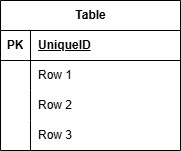
tomoysd/first-test1 keeps this draw.io diagram as src/test.png. Above is the earlier version. Source tidied: cells renumbered, new cells last; positions are measured from the earlier drawing's top-left corner, leaving out a move shared by most shapes.
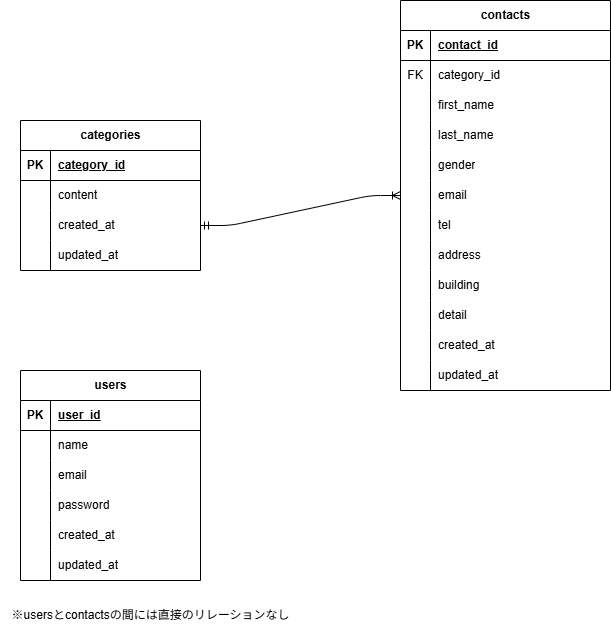
Later version of the same file.

Change to the diagram source:
```diff
@@ -2,44 +2,218 @@
   <root>
     <mxCell id="0" />
     <mxCell id="1" parent="0" />
-    <mxCell id="2" value="Table" style="shape=table;startSize=30;rowLines=0;fontStyle=1;align=center;html=1;" parent="1" vertex="1">
-      <mxGeometry width="180" height="150" as="geometry" />
+    <mxCell id="2" value="contacts" style="shape=table;startSize=30;rowLines=0;fontStyle=1;align=center;html=1;" parent="1" vertex="1">
+      <mxGeometry width="210" height="390" as="geometry" />
     </mxCell>
     <mxCell id="3" style="shape=tableRow;horizontal=0;startSize=0;swimlaneHead=0;swimlaneBody=0;fillColor=none;top=0;left=0;right=0;bottom=1;" parent="2" vertex="1">
-      <mxGeometry y="30" width="180" height="30" as="geometry" />
+      <mxGeometry y="30" width="210" height="30" as="geometry" />
     </mxCell>
     <mxCell id="4" value="PK" style="shape=partialRectangle;fillColor=none;top=0;left=0;bottom=0;right=0;fontStyle=1;overflow=hidden;whiteSpace=wrap;html=1;" parent="3" vertex="1">
       <mxGeometry width="30" height="30" as="geometry" />
     </mxCell>
-    <mxCell id="5" value="UniqueID" style="shape=partialRectangle;fillColor=none;top=0;left=0;bottom=0;right=0;align=left;spacingLeft=6;fontStyle=5;overflow=hidden;whiteSpace=wrap;html=1;" parent="3" vertex="1">
-      <mxGeometry x="30" width="150" height="30" as="geometry" />
+    <mxCell id="5" value="contact_id" style="shape=partialRectangle;fillColor=none;top=0;left=0;bottom=0;right=0;align=left;spacingLeft=6;fontStyle=5;overflow=hidden;whiteSpace=wrap;html=1;" parent="3" vertex="1">
+      <mxGeometry x="30" width="180" height="30" as="geometry" />
     </mxCell>
     <mxCell id="6" style="shape=tableRow;horizontal=0;startSize=0;swimlaneHead=0;swimlaneBody=0;fillColor=none;top=0;left=0;right=0;bottom=0;" parent="2" vertex="1">
-      <mxGeometry y="60" width="180" height="30" as="geometry" />
+      <mxGeometry y="60" width="210" height="30" as="geometry" />
     </mxCell>
-    <mxCell id="7" style="shape=partialRectangle;fillColor=none;top=0;left=0;bottom=0;right=0;overflow=hidden;whiteSpace=wrap;html=1;" parent="6" vertex="1">
+    <mxCell id="7" value="FK" style="shape=partialRectangle;fillColor=none;top=0;left=0;bottom=0;right=0;overflow=hidden;whiteSpace=wrap;html=1;" parent="6" vertex="1">
       <mxGeometry width="30" height="30" as="geometry" />
     </mxCell>
-    <mxCell id="8" value="Row 1" style="shape=partialRectangle;fillColor=none;top=0;left=0;bottom=0;right=0;align=left;spacingLeft=6;overflow=hidden;whiteSpace=wrap;html=1;" parent="6" vertex="1">
-      <mxGeometry x="30" width="150" height="30" as="geometry" />
+    <mxCell id="8" value="category_id" style="shape=partialRectangle;fillColor=none;top=0;left=0;bottom=0;right=0;align=left;spacingLeft=6;overflow=hidden;whiteSpace=wrap;html=1;" parent="6" vertex="1">
+      <mxGeometry x="30" width="180" height="30" as="geometry" />
     </mxCell>
     <mxCell id="9" style="shape=tableRow;horizontal=0;startSize=0;swimlaneHead=0;swimlaneBody=0;fillColor=none;top=0;left=0;right=0;bottom=0;" parent="2" vertex="1">
-      <mxGeometry y="90" width="180" height="30" as="geometry" />
+      <mxGeometry y="90" width="210" height="30" as="geometry" />
     </mxCell>
     <mxCell id="10" style="shape=partialRectangle;fillColor=none;top=0;left=0;bottom=0;right=0;overflow=hidden;whiteSpace=wrap;html=1;" parent="9" vertex="1">
       <mxGeometry width="30" height="30" as="geometry" />
     </mxCell>
-    <mxCell id="11" value="Row 2" style="shape=partialRectangle;fillColor=none;top=0;left=0;bottom=0;right=0;align=left;spacingLeft=6;overflow=hidden;whiteSpace=wrap;html=1;" parent="9" vertex="1">
-      <mxGeometry x="30" width="150" height="30" as="geometry" />
+    <mxCell id="11" value="first_name" style="shape=partialRectangle;fillColor=none;top=0;left=0;bottom=0;right=0;align=left;spacingLeft=6;overflow=hidden;whiteSpace=wrap;html=1;" parent="9" vertex="1">
+      <mxGeometry x="30" width="180" height="30" as="geometry" />
     </mxCell>
     <mxCell id="12" style="shape=tableRow;horizontal=0;startSize=0;swimlaneHead=0;swimlaneBody=0;fillColor=none;top=0;left=0;right=0;bottom=0;" parent="2" vertex="1">
-      <mxGeometry y="120" width="180" height="30" as="geometry" />
+      <mxGeometry y="120" width="210" height="30" as="geometry" />
     </mxCell>
     <mxCell id="13" style="shape=partialRectangle;fillColor=none;top=0;left=0;bottom=0;right=0;overflow=hidden;whiteSpace=wrap;html=1;" parent="12" vertex="1">
       <mxGeometry width="30" height="30" as="geometry" />
     </mxCell>
-    <mxCell id="14" value="Row 3" style="shape=partialRectangle;fillColor=none;top=0;left=0;bottom=0;right=0;align=left;spacingLeft=6;overflow=hidden;whiteSpace=wrap;html=1;" parent="12" vertex="1">
-      <mxGeometry x="30" width="150" height="30" as="geometry" />
+    <mxCell id="14" value="last_name" style="shape=partialRectangle;fillColor=none;top=0;left=0;bottom=0;right=0;align=left;spacingLeft=6;overflow=hidden;whiteSpace=wrap;html=1;" parent="12" vertex="1">
+      <mxGeometry x="30" width="180" height="30" as="geometry" />
     </mxCell>
+    <mxCell id="15" style="shape=tableRow;horizontal=0;startSize=0;swimlaneHead=0;swimlaneBody=0;fillColor=none;top=0;left=0;right=0;bottom=0;" parent="2" vertex="1">
+      <mxGeometry y="150" width="210" height="30" as="geometry" />
+    </mxCell>
+    <mxCell id="16" style="shape=partialRectangle;fillColor=none;top=0;left=0;bottom=0;right=0;overflow=hidden;whiteSpace=wrap;html=1;" parent="15" vertex="1">
+      <mxGeometry width="30" height="30" as="geometry" />
+    </mxCell>
+    <mxCell id="17" value="gender" style="shape=partialRectangle;fillColor=none;top=0;left=0;bottom=0;right=0;align=left;spacingLeft=6;overflow=hidden;whiteSpace=wrap;html=1;" parent="15" vertex="1">
+      <mxGeometry x="30" width="180" height="30" as="geometry" />
+    </mxCell>
+    <mxCell id="18" style="shape=tableRow;horizontal=0;startSize=0;swimlaneHead=0;swimlaneBody=0;fillColor=none;points=[[0,0.5],[1,0.5]];portConstraint=eastwest;top=0;left=0;right=0;bottom=0;" parent="2" vertex="1">
+      <mxGeometry y="180" width="210" height="30" as="geometry" />
+    </mxCell>
+    <mxCell id="19" style="shape=partialRectangle;fillColor=none;top=0;left=0;bottom=0;right=0;overflow=hidden;whiteSpace=wrap;html=1;" parent="18" vertex="1">
+      <mxGeometry width="30" height="30" as="geometry" />
+    </mxCell>
+    <mxCell id="20" value="email" style="shape=partialRectangle;fillColor=none;top=0;left=0;bottom=0;right=0;align=left;spacingLeft=6;overflow=hidden;whiteSpace=wrap;html=1;" parent="18" vertex="1">
+      <mxGeometry x="30" width="180" height="30" as="geometry" />
+    </mxCell>
+    <mxCell id="21" style="shape=tableRow;horizontal=0;startSize=0;swimlaneHead=0;swimlaneBody=0;fillColor=none;top=0;left=0;right=0;bottom=0;" parent="2" vertex="1">
+      <mxGeometry y="210" width="210" height="30" as="geometry" />
+    </mxCell>
+    <mxCell id="22" style="shape=partialRectangle;fillColor=none;top=0;left=0;bottom=0;right=0;overflow=hidden;whiteSpace=wrap;html=1;" parent="21" vertex="1">
+      <mxGeometry width="30" height="30" as="geometry" />
+    </mxCell>
+    <mxCell id="23" value="tel" style="shape=partialRectangle;fillColor=none;top=0;left=0;bottom=0;right=0;align=left;spacingLeft=6;overflow=hidden;whiteSpace=wrap;html=1;" parent="21" vertex="1">
+      <mxGeometry x="30" width="180" height="30" as="geometry" />
+    </mxCell>
+    <mxCell id="24" style="shape=tableRow;horizontal=0;startSize=0;swimlaneHead=0;swimlaneBody=0;fillColor=none;top=0;left=0;right=0;bottom=0;" parent="2" vertex="1">
+      <mxGeometry y="240" width="210" height="30" as="geometry" />
+    </mxCell>
+    <mxCell id="25" style="shape=partialRectangle;fillColor=none;top=0;left=0;bottom=0;right=0;overflow=hidden;whiteSpace=wrap;html=1;" parent="24" vertex="1">
+      <mxGeometry width="30" height="30" as="geometry" />
+    </mxCell>
+    <mxCell id="26" value="address" style="shape=partialRectangle;fillColor=none;top=0;left=0;bottom=0;right=0;align=left;spacingLeft=6;overflow=hidden;whiteSpace=wrap;html=1;" parent="24" vertex="1">
+      <mxGeometry x="30" width="180" height="30" as="geometry" />
+    </mxCell>
+    <mxCell id="27" style="shape=tableRow;horizontal=0;startSize=0;swimlaneHead=0;swimlaneBody=0;fillColor=none;top=0;left=0;right=0;bottom=0;" parent="2" vertex="1">
+      <mxGeometry y="270" width="210" height="30" as="geometry" />
+    </mxCell>
+    <mxCell id="28" style="shape=partialRectangle;fillColor=none;top=0;left=0;bottom=0;right=0;overflow=hidden;whiteSpace=wrap;html=1;" parent="27" vertex="1">
+      <mxGeometry width="30" height="30" as="geometry" />
+    </mxCell>
+    <mxCell id="29" value="building" style="shape=partialRectangle;fillColor=none;top=0;left=0;bottom=0;right=0;align=left;spacingLeft=6;overflow=hidden;whiteSpace=wrap;html=1;" parent="27" vertex="1">
+      <mxGeometry x="30" width="180" height="30" as="geometry" />
+    </mxCell>
+    <mxCell id="30" style="shape=tableRow;horizontal=0;startSize=0;swimlaneHead=0;swimlaneBody=0;fillColor=none;top=0;left=0;right=0;bottom=0;" parent="2" vertex="1">
+      <mxGeometry y="300" width="210" height="30" as="geometry" />
+    </mxCell>
+    <mxCell id="31" style="shape=partialRectangle;fillColor=none;top=0;left=0;bottom=0;right=0;overflow=hidden;whiteSpace=wrap;html=1;" parent="30" vertex="1">
+      <mxGeometry width="30" height="30" as="geometry" />
+    </mxCell>
+    <mxCell id="32" value="detail" style="shape=partialRectangle;fillColor=none;top=0;left=0;bottom=0;right=0;align=left;spacingLeft=6;overflow=hidden;whiteSpace=wrap;html=1;" parent="30" vertex="1">
+      <mxGeometry x="30" width="180" height="30" as="geometry" />
+    </mxCell>
+    <mxCell id="33" style="shape=tableRow;horizontal=0;startSize=0;swimlaneHead=0;swimlaneBody=0;fillColor=none;top=0;left=0;right=0;bottom=0;" parent="2" vertex="1">
+      <mxGeometry y="330" width="210" height="30" as="geometry" />
+    </mxCell>
+    <mxCell id="34" style="shape=partialRectangle;fillColor=none;top=0;left=0;bottom=0;right=0;overflow=hidden;whiteSpace=wrap;html=1;" parent="33" vertex="1">
+      <mxGeometry width="30" height="30" as="geometry" />
+    </mxCell>
+    <mxCell id="35" value="created_at" style="shape=partialRectangle;fillColor=none;top=0;left=0;bottom=0;right=0;align=left;spacingLeft=6;overflow=hidden;whiteSpace=wrap;html=1;" parent="33" vertex="1">
+      <mxGeometry x="30" width="180" height="30" as="geometry" />
+    </mxCell>
+    <mxCell id="36" style="shape=tableRow;horizontal=0;startSize=0;swimlaneHead=0;swimlaneBody=0;fillColor=none;top=0;left=0;right=0;bottom=0;" parent="2" vertex="1">
+      <mxGeometry y="360" width="210" height="30" as="geometry" />
+    </mxCell>
+    <mxCell id="37" style="shape=partialRectangle;fillColor=none;top=0;left=0;bottom=0;right=0;overflow=hidden;whiteSpace=wrap;html=1;" parent="36" vertex="1">
+      <mxGeometry width="30" height="30" as="geometry" />
+    </mxCell>
+    <mxCell id="38" value="updated_at" style="shape=partialRectangle;fillColor=none;top=0;left=0;bottom=0;right=0;align=left;spacingLeft=6;overflow=hidden;whiteSpace=wrap;html=1;" parent="36" vertex="1">
+      <mxGeometry x="30" width="180" height="30" as="geometry" />
+    </mxCell>
+    <mxCell id="39" value="&lt;span class=&quot;notion-enable-hover&quot;&gt;categories&lt;/span&gt;" style="shape=table;startSize=30;rowLines=0;fontStyle=1;align=center;html=1;" parent="1" vertex="1">
+      <mxGeometry x="-380" y="120" width="180" height="150" as="geometry" />
+    </mxCell>
+    <mxCell id="40" style="shape=tableRow;horizontal=0;startSize=0;swimlaneHead=0;swimlaneBody=0;fillColor=none;top=0;left=0;right=0;bottom=1;" parent="39" vertex="1">
+      <mxGeometry y="30" width="180" height="30" as="geometry" />
+    </mxCell>
+    <mxCell id="41" value="PK" style="shape=partialRectangle;fillColor=none;top=0;left=0;bottom=0;right=0;fontStyle=1;overflow=hidden;whiteSpace=wrap;html=1;" parent="40" vertex="1">
+      <mxGeometry width="30" height="30" as="geometry" />
+    </mxCell>
+    <mxCell id="42" value="category_id" style="shape=partialRectangle;fillColor=none;top=0;left=0;bottom=0;right=0;align=left;spacingLeft=6;fontStyle=5;overflow=hidden;whiteSpace=wrap;html=1;" parent="40" vertex="1">
+      <mxGeometry x="30" width="150" height="30" as="geometry" />
+    </mxCell>
+    <mxCell id="43" style="shape=tableRow;horizontal=0;startSize=0;swimlaneHead=0;swimlaneBody=0;fillColor=none;top=0;left=0;right=0;bottom=0;" parent="39" vertex="1">
+      <mxGeometry y="60" width="180" height="30" as="geometry" />
+    </mxCell>
+    <mxCell id="44" style="shape=partialRectangle;fillColor=none;top=0;left=0;bottom=0;right=0;overflow=hidden;whiteSpace=wrap;html=1;" parent="43" vertex="1">
+      <mxGeometry width="30" height="30" as="geometry" />
+    </mxCell>
+    <mxCell id="45" value="content" style="shape=partialRectangle;fillColor=none;top=0;left=0;bottom=0;right=0;align=left;spacingLeft=6;overflow=hidden;whiteSpace=wrap;html=1;" parent="43" vertex="1">
+      <mxGeometry x="30" width="150" height="30" as="geometry" />
+    </mxCell>
+    <mxCell id="46" style="shape=tableRow;horizontal=0;startSize=0;swimlaneHead=0;swimlaneBody=0;fillColor=none;points=[[0,0.5],[1,0.5]];portConstraint=eastwest;top=0;left=0;right=0;bottom=0;" parent="39" vertex="1">
+      <mxGeometry y="90" width="180" height="30" as="geometry" />
+    </mxCell>
+    <mxCell id="47" style="shape=partialRectangle;fillColor=none;top=0;left=0;bottom=0;right=0;overflow=hidden;whiteSpace=wrap;html=1;" parent="46" vertex="1">
+      <mxGeometry width="30" height="30" as="geometry" />
+    </mxCell>
+    <mxCell id="48" value="created_at" style="shape=partialRectangle;fillColor=none;top=0;left=0;bottom=0;right=0;align=left;spacingLeft=6;overflow=hidden;whiteSpace=wrap;html=1;" parent="46" vertex="1">
+      <mxGeometry x="30" width="150" height="30" as="geometry" />
+    </mxCell>
+    <mxCell id="49" style="shape=tableRow;horizontal=0;startSize=0;swimlaneHead=0;swimlaneBody=0;fillColor=none;top=0;left=0;right=0;bottom=0;" parent="39" vertex="1">
+      <mxGeometry y="120" width="180" height="30" as="geometry" />
+    </mxCell>
+    <mxCell id="50" style="shape=partialRectangle;fillColor=none;top=0;left=0;bottom=0;right=0;overflow=hidden;whiteSpace=wrap;html=1;" parent="49" vertex="1">
+      <mxGeometry width="30" height="30" as="geometry" />
+    </mxCell>
+    <mxCell id="51" value="updated_at" style="shape=partialRectangle;fillColor=none;top=0;left=0;bottom=0;right=0;align=left;spacingLeft=6;overflow=hidden;whiteSpace=wrap;html=1;" parent="49" vertex="1">
+      <mxGeometry x="30" width="150" height="30" as="geometry" />
+    </mxCell>
+    <mxCell id="52" value="users" style="shape=table;startSize=30;rowLines=0;fontStyle=1;align=center;html=1;" parent="1" vertex="1">
+      <mxGeometry x="-380" y="370" width="180" height="210" as="geometry" />
+    </mxCell>
+    <mxCell id="53" style="shape=tableRow;horizontal=0;startSize=0;swimlaneHead=0;swimlaneBody=0;fillColor=none;top=0;left=0;right=0;bottom=1;" parent="52" vertex="1">
+      <mxGeometry y="30" width="180" height="30" as="geometry" />
+    </mxCell>
+    <mxCell id="54" value="PK" style="shape=partialRectangle;fillColor=none;top=0;left=0;bottom=0;right=0;fontStyle=1;overflow=hidden;whiteSpace=wrap;html=1;" parent="53" vertex="1">
+      <mxGeometry width="30" height="30" as="geometry" />
+    </mxCell>
+    <mxCell id="55" value="user_id" style="shape=partialRectangle;fillColor=none;top=0;left=0;bottom=0;right=0;align=left;spacingLeft=6;fontStyle=5;overflow=hidden;whiteSpace=wrap;html=1;" parent="53" vertex="1">
+      <mxGeometry x="30" width="150" height="30" as="geometry" />
+    </mxCell>
+    <mxCell id="56" style="shape=tableRow;horizontal=0;startSize=0;swimlaneHead=0;swimlaneBody=0;fillColor=none;top=0;left=0;right=0;bottom=0;" parent="52" vertex="1">
+      <mxGeometry y="60" width="180" height="30" as="geometry" />
+    </mxCell>
+    <mxCell id="57" style="shape=partialRectangle;fillColor=none;top=0;left=0;bottom=0;right=0;overflow=hidden;whiteSpace=wrap;html=1;" parent="56" vertex="1">
+      <mxGeometry width="30" height="30" as="geometry" />
+    </mxCell>
+    <mxCell id="58" value="name" style="shape=partialRectangle;fillColor=none;top=0;left=0;bottom=0;right=0;align=left;spacingLeft=6;overflow=hidden;whiteSpace=wrap;html=1;" parent="56" vertex="1">
+      <mxGeometry x="30" width="150" height="30" as="geometry" />
+    </mxCell>
+    <mxCell id="59" style="shape=tableRow;horizontal=0;startSize=0;swimlaneHead=0;swimlaneBody=0;fillColor=none;top=0;left=0;right=0;bottom=0;" parent="52" vertex="1">
+      <mxGeometry y="90" width="180" height="30" as="geometry" />
+    </mxCell>
+    <mxCell id="60" style="shape=partialRectangle;fillColor=none;top=0;left=0;bottom=0;right=0;overflow=hidden;whiteSpace=wrap;html=1;" parent="59" vertex="1">
+      <mxGeometry width="30" height="30" as="geometry" />
+    </mxCell>
+    <mxCell id="61" value="email" style="shape=partialRectangle;fillColor=none;top=0;left=0;bottom=0;right=0;align=left;spacingLeft=6;overflow=hidden;whiteSpace=wrap;html=1;" parent="59" vertex="1">
+      <mxGeometry x="30" width="150" height="30" as="geometry" />
+    </mxCell>
+    <mxCell id="62" style="shape=tableRow;horizontal=0;startSize=0;swimlaneHead=0;swimlaneBody=0;fillColor=none;top=0;left=0;right=0;bottom=0;" parent="52" vertex="1">
+      <mxGeometry y="120" width="180" height="30" as="geometry" />
+    </mxCell>
+    <mxCell id="63" style="shape=partialRectangle;fillColor=none;top=0;left=0;bottom=0;right=0;overflow=hidden;whiteSpace=wrap;html=1;" parent="62" vertex="1">
+      <mxGeometry width="30" height="30" as="geometry" />
+    </mxCell>
+    <mxCell id="64" value="password" style="shape=partialRectangle;fillColor=none;top=0;left=0;bottom=0;right=0;align=left;spacingLeft=6;overflow=hidden;whiteSpace=wrap;html=1;" parent="62" vertex="1">
+      <mxGeometry x="30" width="150" height="30" as="geometry" />
+    </mxCell>
+    <mxCell id="65" style="shape=tableRow;horizontal=0;startSize=0;swimlaneHead=0;swimlaneBody=0;fillColor=none;top=0;left=0;right=0;bottom=0;" parent="52" vertex="1">
+      <mxGeometry y="150" width="180" height="30" as="geometry" />
+    </mxCell>
+    <mxCell id="66" style="shape=partialRectangle;fillColor=none;top=0;left=0;bottom=0;right=0;overflow=hidden;whiteSpace=wrap;html=1;" parent="65" vertex="1">
+      <mxGeometry width="30" height="30" as="geometry" />
+    </mxCell>
+    <mxCell id="67" value="created_at" style="shape=partialRectangle;fillColor=none;top=0;left=0;bottom=0;right=0;align=left;spacingLeft=6;overflow=hidden;whiteSpace=wrap;html=1;" parent="65" vertex="1">
+      <mxGeometry x="30" width="150" height="30" as="geometry" />
+    </mxCell>
+    <mxCell id="68" style="shape=tableRow;horizontal=0;startSize=0;swimlaneHead=0;swimlaneBody=0;fillColor=none;top=0;left=0;right=0;bottom=0;" parent="52" vertex="1">
+      <mxGeometry y="180" width="180" height="30" as="geometry" />
+    </mxCell>
+    <mxCell id="69" style="shape=partialRectangle;fillColor=none;top=0;left=0;bottom=0;right=0;overflow=hidden;whiteSpace=wrap;html=1;" parent="68" vertex="1">
+      <mxGeometry width="30" height="30" as="geometry" />
+    </mxCell>
+    <mxCell id="70" value="updated_at" style="shape=partialRectangle;fillColor=none;top=0;left=0;bottom=0;right=0;align=left;spacingLeft=6;overflow=hidden;whiteSpace=wrap;html=1;" parent="68" vertex="1">
+      <mxGeometry x="30" width="150" height="30" as="geometry" />
+    </mxCell>
+    <mxCell id="71" style="edgeStyle=entityRelationEdgeStyle;fontSize=12;html=1;endArrow=ERoneToMany;startArrow=ERmandOne;entryX=0;entryY=0.5;entryDx=0;entryDy=0;exitX=1;exitY=0.5;exitDx=0;exitDy=0;" parent="1" edge="1" source="46" target="18">
+      <mxGeometry relative="1" as="geometry" />
+    </mxCell>
+    <mxCell id="72" value="※usersとcontactsの間には直接のリレーションなし" style="text;html=1;align=center;verticalAlign=middle;strokeColor=none;fillColor=none;" parent="1" vertex="1">
+      <mxGeometry x="-400" y="600" width="300" height="30" as="geometry" />
+    </mxCell>
   </root>
 </mxGraphModel>
```
